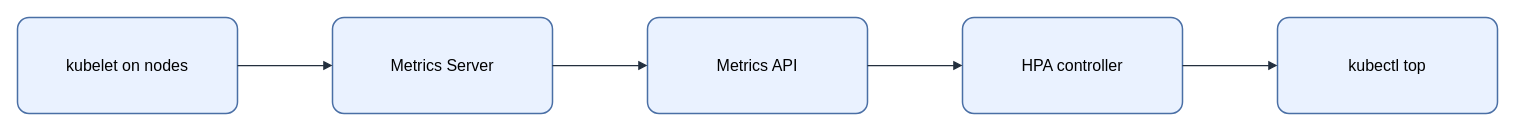
This is assets/img/kubernetes/metrics-server-collection.drawio from KKamJi98/kkamji98.github.io, a draw.io file, before an edit. Source tidied: cells renumbered, new cells numbered last; positions are measured from the earlier drawing's top-left corner, leaving out a move shared by most shapes. Both pictures are drawn from the tidied source at 100%, with x=0, y=0 at pixel (17, 17).
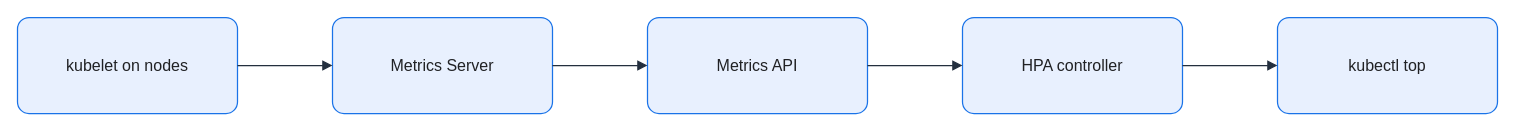
After the change.

Change to the diagram source:
```diff
@@
 <mxGraphModel background="#FFFFFF">
   <root>
     <mxCell id="0" />
     <mxCell id="1" parent="0" />
-    <mxCell id="2" value="kubelet on nodes" style="rounded=1;arcSize=12;whiteSpace=wrap;html=0;fillColor=#EAF2FF;strokeColor=#4A6FA5;strokeWidth=1.5;fontColor=#000000;fontSize=16;align=center;verticalAlign=middle;spacing=8;shadow=0;" parent="1" vertex="1">
+    <mxCell id="2" value="kubelet on nodes" style="rounded=1;arcSize=12;whiteSpace=wrap;html=0;fillColor=#E8F0FE;strokeColor=#1A73E8;strokeWidth=1.25;fontColor=#202124;fontSize=16;align=center;verticalAlign=middle;spacing=8;shadow=0;" parent="1" vertex="1">
       <mxGeometry width="220" height="96" as="geometry" />
     </mxCell>
-    <mxCell id="3" value="Metrics Server" style="rounded=1;arcSize=12;whiteSpace=wrap;html=0;fillColor=#EAF2FF;strokeColor=#4A6FA5;strokeWidth=1.5;fontColor=#000000;fontSize=16;align=center;verticalAlign=middle;spacing=8;shadow=0;" parent="1" vertex="1">
+    <mxCell id="3" value="Metrics Server" style="rounded=1;arcSize=12;whiteSpace=wrap;html=0;fillColor=#E8F0FE;strokeColor=#1A73E8;strokeWidth=1.25;fontColor=#202124;fontSize=16;align=center;verticalAlign=middle;spacing=8;shadow=0;" parent="1" vertex="1">
       <mxGeometry x="315" width="220" height="96" as="geometry" />
     </mxCell>
-    <mxCell id="4" value="Metrics API" style="rounded=1;arcSize=12;whiteSpace=wrap;html=0;fillColor=#EAF2FF;strokeColor=#4A6FA5;strokeWidth=1.5;fontColor=#000000;fontSize=16;align=center;verticalAlign=middle;spacing=8;shadow=0;" parent="1" vertex="1">
+    <mxCell id="4" value="Metrics API" style="rounded=1;arcSize=12;whiteSpace=wrap;html=0;fillColor=#E8F0FE;strokeColor=#1A73E8;strokeWidth=1.25;fontColor=#202124;fontSize=16;align=center;verticalAlign=middle;spacing=8;shadow=0;" parent="1" vertex="1">
       <mxGeometry x="630" width="220" height="96" as="geometry" />
     </mxCell>
-    <mxCell id="5" value="HPA controller" style="rounded=1;arcSize=12;whiteSpace=wrap;html=0;fillColor=#EAF2FF;strokeColor=#4A6FA5;strokeWidth=1.5;fontColor=#000000;fontSize=16;align=center;verticalAlign=middle;spacing=8;shadow=0;" parent="1" vertex="1">
+    <mxCell id="5" value="HPA controller" style="rounded=1;arcSize=12;whiteSpace=wrap;html=0;fillColor=#E8F0FE;strokeColor=#1A73E8;strokeWidth=1.25;fontColor=#202124;fontSize=16;align=center;verticalAlign=middle;spacing=8;shadow=0;" parent="1" vertex="1">
       <mxGeometry x="945" width="220" height="96" as="geometry" />
     </mxCell>
-    <mxCell id="6" value="kubectl top" style="rounded=1;arcSize=12;whiteSpace=wrap;html=0;fillColor=#EAF2FF;strokeColor=#4A6FA5;strokeWidth=1.5;fontColor=#000000;fontSize=16;align=center;verticalAlign=middle;spacing=8;shadow=0;" parent="1" vertex="1">
+    <mxCell id="6" value="kubectl top" style="rounded=1;arcSize=12;whiteSpace=wrap;html=0;fillColor=#E8F0FE;strokeColor=#1A73E8;strokeWidth=1.25;fontColor=#202124;fontSize=16;align=center;verticalAlign=middle;spacing=8;shadow=0;" parent="1" vertex="1">
       <mxGeometry x="1260" width="220" height="96" as="geometry" />
     </mxCell>
-    <mxCell id="7" style="edgeStyle=orthogonalEdgeStyle;rounded=0;jettySize=auto;html=0;endArrow=block;endFill=1;strokeColor=#232F3E;strokeWidth=1.25;fontColor=#000000;labelBackgroundColor=none;exitX=1;exitY=0.5;exitDx=0;exitDy=0;entryX=0;entryY=0.5;entryDx=0;entryDy=0;" parent="1" edge="1" source="2" target="3">
+    <mxCell id="7" style="edgeStyle=orthogonalEdgeStyle;rounded=0;jettySize=auto;html=0;endArrow=block;endFill=1;strokeColor=#232F3E;strokeWidth=1.25;fontColor=#202124;labelBackgroundColor=none;exitX=1;exitY=0.5;exitDx=0;exitDy=0;entryX=0;entryY=0.5;entryDx=0;entryDy=0;endSize=7;" parent="1" edge="1" source="2" target="3">
       <mxGeometry relative="1" as="geometry" />
     </mxCell>
-    <mxCell id="8" style="edgeStyle=orthogonalEdgeStyle;rounded=0;jettySize=auto;html=0;endArrow=block;endFill=1;strokeColor=#232F3E;strokeWidth=1.25;fontColor=#000000;labelBackgroundColor=none;exitX=1;exitY=0.5;exitDx=0;exitDy=0;entryX=0;entryY=0.5;entryDx=0;entryDy=0;" parent="1" edge="1" source="3" target="4">
+    <mxCell id="8" style="edgeStyle=orthogonalEdgeStyle;rounded=0;jettySize=auto;html=0;endArrow=block;endFill=1;strokeColor=#232F3E;strokeWidth=1.25;fontColor=#202124;labelBackgroundColor=none;exitX=1;exitY=0.5;exitDx=0;exitDy=0;entryX=0;entryY=0.5;entryDx=0;entryDy=0;endSize=7;" parent="1" edge="1" source="3" target="4">
       <mxGeometry relative="1" as="geometry" />
     </mxCell>
-    <mxCell id="9" style="edgeStyle=orthogonalEdgeStyle;rounded=0;jettySize=auto;html=0;endArrow=block;endFill=1;strokeColor=#232F3E;strokeWidth=1.25;fontColor=#000000;labelBackgroundColor=none;exitX=1;exitY=0.5;exitDx=0;exitDy=0;entryX=0;entryY=0.5;entryDx=0;entryDy=0;" parent="1" edge="1" source="4" target="5">
+    <mxCell id="9" style="edgeStyle=orthogonalEdgeStyle;rounded=0;jettySize=auto;html=0;endArrow=block;endFill=1;strokeColor=#232F3E;strokeWidth=1.25;fontColor=#202124;labelBackgroundColor=none;exitX=1;exitY=0.5;exitDx=0;exitDy=0;entryX=0;entryY=0.5;entryDx=0;entryDy=0;endSize=7;" parent="1" edge="1" source="4" target="5">
       <mxGeometry relative="1" as="geometry" />
     </mxCell>
-    <mxCell id="10" style="edgeStyle=orthogonalEdgeStyle;rounded=0;jettySize=auto;html=0;endArrow=block;endFill=1;strokeColor=#232F3E;strokeWidth=1.25;fontColor=#000000;labelBackgroundColor=none;exitX=1;exitY=0.5;exitDx=0;exitDy=0;entryX=0;entryY=0.5;entryDx=0;entryDy=0;" parent="1" edge="1" source="5" target="6">
+    <mxCell id="10" style="edgeStyle=orthogonalEdgeStyle;rounded=0;jettySize=auto;html=0;endArrow=block;endFill=1;strokeColor=#232F3E;strokeWidth=1.25;fontColor=#202124;labelBackgroundColor=none;exitX=1;exitY=0.5;exitDx=0;exitDy=0;entryX=0;entryY=0.5;entryDx=0;entryDy=0;endSize=7;" parent="1" edge="1" source="5" target="6">
       <mxGeometry relative="1" as="geometry" />
     </mxCell>
   </root>
 </mxGraphModel>
```
